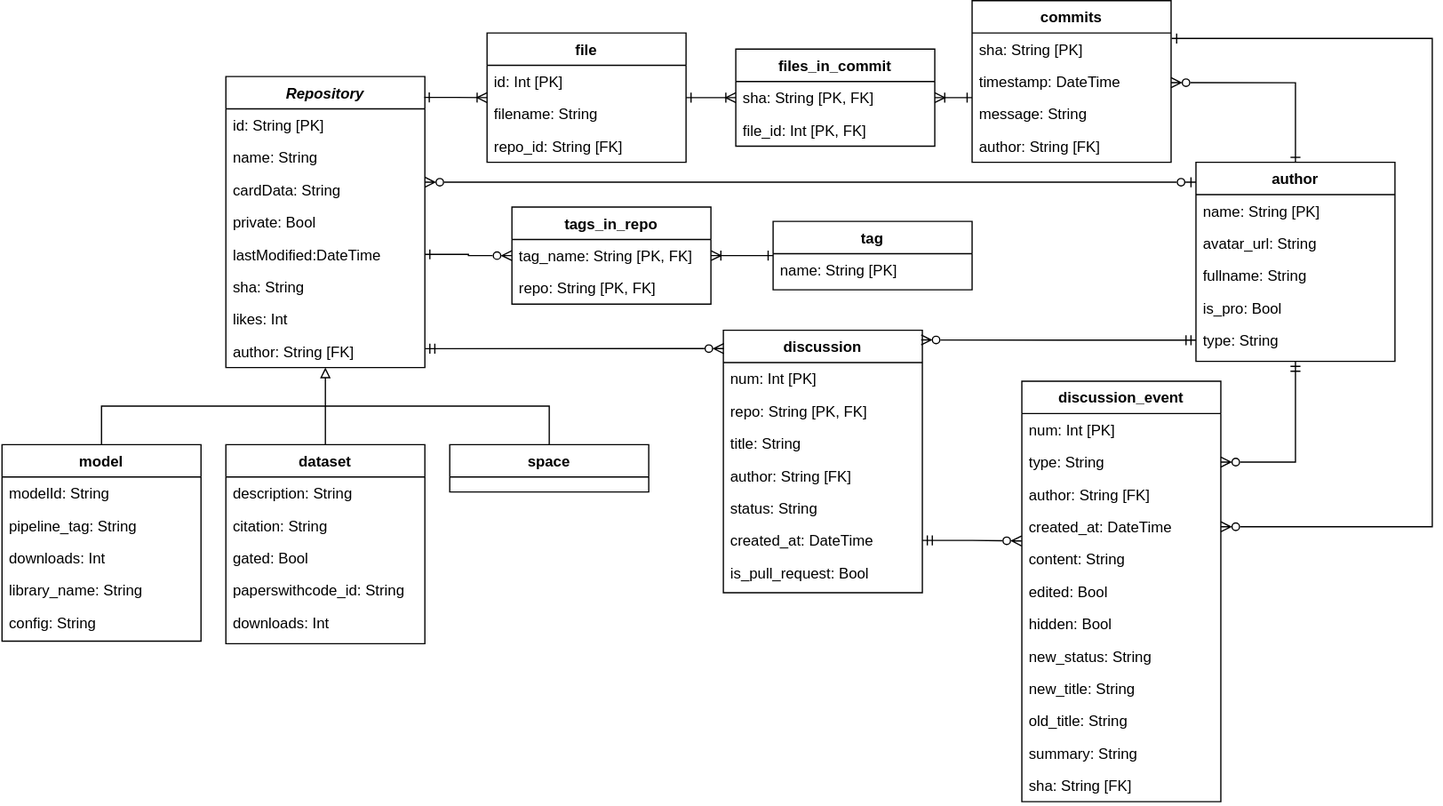
SOM-Research/HFCommunity keeps this draw.io diagram as resources/figs/databaseDiagram.svg. Above is the earlier version. Source tidied: cells renumbered, new cells last; positions are measured from the earlier drawing's top-left corner, leaving out a move shared by most shapes.
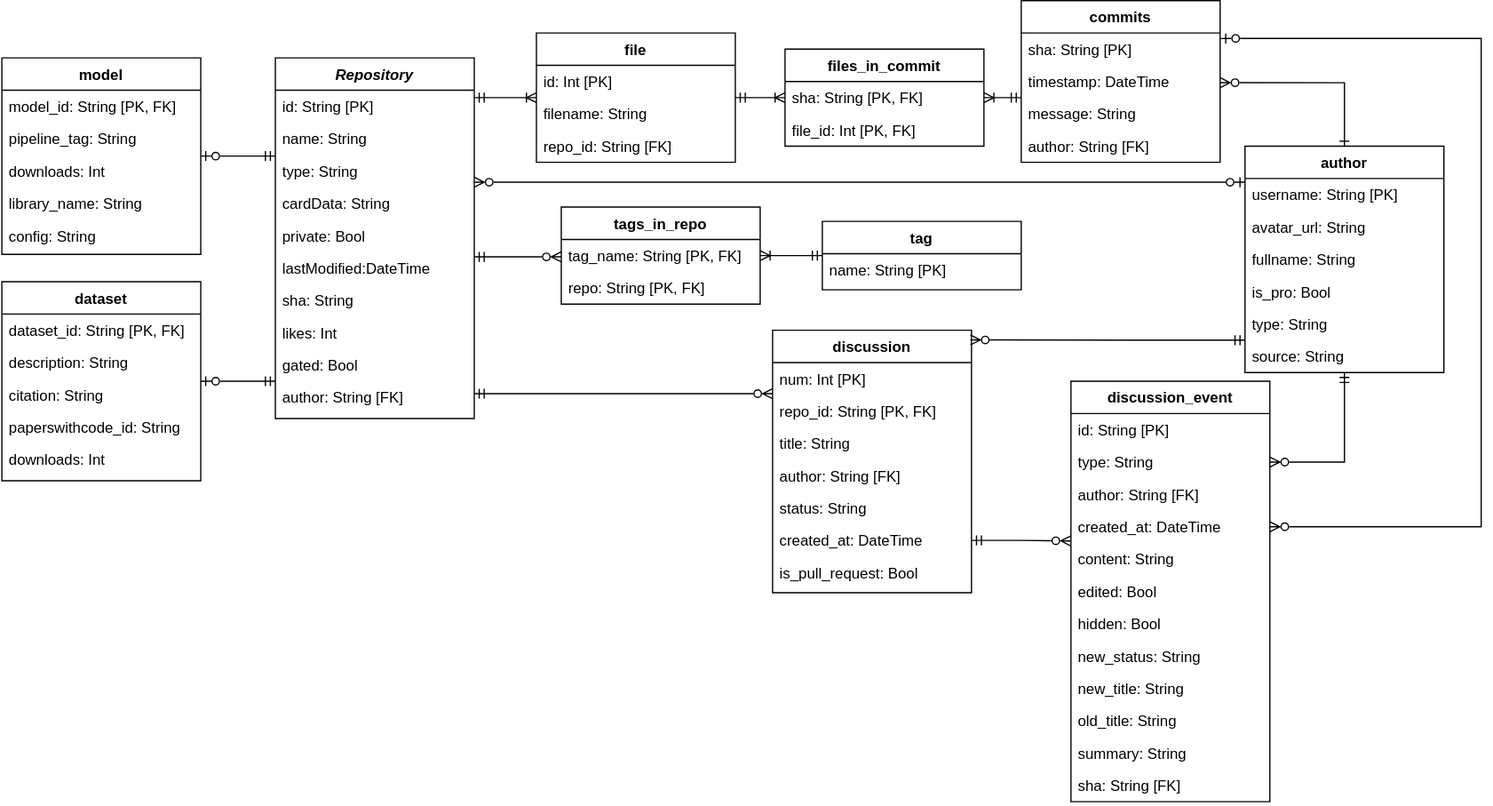
The same diagram one commit later.

The edit, as a diff of the source:
```diff
@@ -4,6 +4,14 @@
     <mxCell id="1" parent="0" />
+    <mxCell id="82" style="edgeStyle=orthogonalEdgeStyle;rounded=0;jettySize=auto;html=1;endArrow=ERmandOne;endFill=0;startArrow=ERzeroToOne;startFill=0;" parent="1" edge="1" source="2" target="34">
+      <mxGeometry relative="1" as="geometry">
+        <Array as="points">
+          <mxPoint x="160" y="125" />
+          <mxPoint x="160" y="125" />
+        </Array>
+      </mxGeometry>
+    </mxCell>
     <mxCell id="2" value="model" style="swimlane;fontStyle=1;align=center;verticalAlign=top;horizontal=1;startSize=26;rounded=0;shadow=0;strokeWidth=1;strokeColor=#000000;" parent="1" vertex="1">
-      <mxGeometry y="357" width="160" height="158" as="geometry" />
+      <mxGeometry x="-40" y="46" width="160" height="158" as="geometry" />
     </mxCell>
-    <mxCell id="3" value="modelId: String" style="text;align=left;verticalAlign=top;spacingLeft=4;spacingRight=4;overflow=hidden;strokeWidth=2;" parent="2" vertex="1">
+    <mxCell id="3" value="model_id: String [PK, FK]" style="text;align=left;verticalAlign=top;spacingLeft=4;spacingRight=4;overflow=hidden;strokeWidth=2;" parent="2" vertex="1">
       <mxGeometry y="26" width="160" height="26" as="geometry" />
@@ -22,17 +30,22 @@
     </mxCell>
-    <mxCell id="8" style="edgeStyle=orthogonalEdgeStyle;rounded=0;jumpStyle=arc;jumpSize=15;jettySize=auto;html=1;exitX=0.5;exitY=0;exitDx=0;exitDy=0;startArrow=none;startFill=0;endArrow=block;endFill=0;" parent="1" edge="1" source="9" target="34">
-      <mxGeometry relative="1" as="geometry" />
+    <mxCell id="8" style="edgeStyle=orthogonalEdgeStyle;rounded=0;jettySize=auto;html=1;endArrow=ERmandOne;endFill=0;startArrow=ERzeroToOne;startFill=0;" parent="1" edge="1" source="9" target="34">
+      <mxGeometry relative="1" as="geometry">
+        <Array as="points">
+          <mxPoint x="170" y="306" />
+          <mxPoint x="170" y="306" />
+        </Array>
+      </mxGeometry>
     </mxCell>
     <mxCell id="9" value="dataset" style="swimlane;fontStyle=1;align=center;verticalAlign=top;horizontal=1;startSize=26;rounded=0;shadow=0;strokeWidth=1;strokeColor=#000000;" parent="1" vertex="1">
-      <mxGeometry x="180" y="357" width="160" height="160" as="geometry" />
+      <mxGeometry x="-40" y="226" width="160" height="160" as="geometry" />
     </mxCell>
-    <mxCell id="10" value="description: String" style="text;align=left;verticalAlign=top;spacingLeft=4;spacingRight=4;overflow=hidden;strokeWidth=2;" parent="9" vertex="1">
+    <mxCell id="10" value="dataset_id: String [PK, FK]" style="text;align=left;verticalAlign=top;spacingLeft=4;spacingRight=4;overflow=hidden;strokeWidth=2;" parent="9" vertex="1">
       <mxGeometry y="26" width="160" height="26" as="geometry" />
     </mxCell>
+    <mxCell id="83" value="description: String" style="text;align=left;verticalAlign=top;spacingLeft=4;spacingRight=4;overflow=hidden;strokeWidth=2;" parent="9" vertex="1">
+      <mxGeometry y="52" width="160" height="26" as="geometry" />
+    </mxCell>
     <mxCell id="11" value="citation: String" style="text;align=left;verticalAlign=top;spacingLeft=4;spacingRight=4;overflow=hidden;strokeWidth=2;" parent="9" vertex="1">
-      <mxGeometry y="52" width="160" height="26" as="geometry" />
+      <mxGeometry y="78" width="160" height="26" as="geometry" />
     </mxCell>
-    <mxCell id="12" value="gated: Bool" style="text;align=left;verticalAlign=top;spacingLeft=4;spacingRight=4;overflow=hidden;strokeWidth=2;" parent="9" vertex="1">
-      <mxGeometry y="78" width="160" height="26" as="geometry" />
-    </mxCell>
     <mxCell id="13" value="paperswithcode_id: String" style="text;align=left;verticalAlign=top;spacingLeft=4;spacingRight=4;overflow=hidden;strokeWidth=2;" parent="9" vertex="1">
@@ -43,13 +56,2 @@
     </mxCell>
-    <mxCell id="15" style="edgeStyle=orthogonalEdgeStyle;rounded=0;jettySize=auto;html=1;exitX=0.5;exitY=0;exitDx=0;exitDy=0;startArrow=none;startFill=0;endArrow=none;endFill=0;entryX=0.5;entryY=0;entryDx=0;entryDy=0;" parent="1" edge="1" source="16" target="2">
-      <mxGeometry relative="1" as="geometry">
-        <Array as="points">
-          <mxPoint x="440" y="326" />
-          <mxPoint x="80" y="326" />
-        </Array>
-      </mxGeometry>
-    </mxCell>
-    <mxCell id="16" value="space" style="swimlane;fontStyle=1;align=center;verticalAlign=top;horizontal=1;startSize=26;rounded=0;shadow=0;strokeWidth=1;strokeColor=#000000;" parent="1" vertex="1">
-      <mxGeometry x="360" y="357" width="160" height="38" as="geometry" />
-    </mxCell>
     <mxCell id="17" value="tag" style="swimlane;fontStyle=1;align=center;verticalAlign=top;horizontal=1;startSize=26;rounded=0;shadow=0;strokeWidth=1;strokeColor=#000000;" parent="1" vertex="1">
@@ -66,3 +68,3 @@
     </mxCell>
-    <mxCell id="21" value="repo: String [PK, FK]" style="text;align=left;verticalAlign=top;spacingLeft=4;spacingRight=4;overflow=hidden;rounded=0;shadow=0;html=0;strokeWidth=2;" parent="19" vertex="1">
+    <mxCell id="21" value="repo_id: String [PK, FK]" style="text;align=left;verticalAlign=top;spacingLeft=4;spacingRight=4;overflow=hidden;rounded=0;shadow=0;html=0;strokeWidth=2;" parent="19" vertex="1">
       <mxGeometry y="52" width="160" height="26" as="geometry" />
@@ -85,5 +87,5 @@
     <mxCell id="27" value="author" style="swimlane;fontStyle=1;align=center;verticalAlign=top;horizontal=1;startSize=26;rounded=0;shadow=0;strokeWidth=1;strokeColor=#000000;" parent="1" vertex="1">
-      <mxGeometry x="960" y="130" width="160" height="160" as="geometry" />
+      <mxGeometry x="960" y="117" width="160" height="182" as="geometry" />
     </mxCell>
-    <mxCell id="28" value="name: String [PK]" style="text;align=left;verticalAlign=top;spacingLeft=4;spacingRight=4;overflow=hidden;rounded=0;shadow=0;html=0;strokeWidth=2;" parent="27" vertex="1">
+    <mxCell id="28" value="username: String [PK]" style="text;align=left;verticalAlign=top;spacingLeft=4;spacingRight=4;overflow=hidden;rounded=0;shadow=0;html=0;strokeWidth=2;" parent="27" vertex="1">
       <mxGeometry y="26" width="160" height="26" as="geometry" />
@@ -102,7 +104,11 @@
     </mxCell>
+    <mxCell id="84" value="source: String" style="text;align=left;verticalAlign=top;spacingLeft=4;spacingRight=4;overflow=hidden;rounded=0;shadow=0;html=0;strokeWidth=2;" parent="27" vertex="1">
+      <mxGeometry y="156" width="160" height="26" as="geometry" />
+    </mxCell>
-    <mxCell id="33" style="edgeStyle=orthogonalEdgeStyle;rounded=0;jettySize=auto;html=1;endArrow=ERzeroToOne;endFill=0;strokeColor=#000000;strokeWidth=1;startArrow=ERzeroToMany;startFill=0;exitX=1;exitY=0.269;exitDx=0;exitDy=0;exitPerimeter=0;" parent="1" edge="1" source="37" target="27">
+    <mxCell id="33" style="edgeStyle=orthogonalEdgeStyle;rounded=0;jettySize=auto;html=1;endArrow=ERzeroToOne;endFill=0;strokeColor=#000000;strokeWidth=1;startArrow=ERzeroToMany;startFill=0;exitX=1;exitY=0.846;exitDx=0;exitDy=0;exitPerimeter=0;" parent="1" edge="1" target="27">
       <mxGeometry relative="1" as="geometry">
+        <mxPoint x="340" y="146" as="sourcePoint" />
         <Array as="points">
-          <mxPoint x="830" y="146" />
-          <mxPoint x="830" y="146" />
+          <mxPoint x="810" y="146" />
+          <mxPoint x="810" y="146" />
         </Array>
@@ -111,3 +117,3 @@
     <mxCell id="34" value="Repository" style="swimlane;fontStyle=3;align=center;verticalAlign=top;horizontal=1;startSize=26;rounded=0;shadow=0;strokeWidth=1;strokeColor=#000000;" parent="1" vertex="1">
-      <mxGeometry x="180" y="61" width="160" height="234" as="geometry" />
+      <mxGeometry x="180" y="46" width="160" height="290" as="geometry" />
     </mxCell>
@@ -119,21 +125,27 @@
     </mxCell>
+    <mxCell id="85" value="type: String" style="text;align=left;verticalAlign=top;spacingLeft=4;spacingRight=4;overflow=hidden;rounded=0;shadow=0;html=0;strokeWidth=2;" parent="34" vertex="1">
+      <mxGeometry y="78" width="160" height="26" as="geometry" />
+    </mxCell>
     <mxCell id="37" value="cardData: String" style="text;align=left;verticalAlign=top;spacingLeft=4;spacingRight=4;overflow=hidden;points=[[0,0.5],[1,0.5]];portConstraint=eastwest;rounded=0;shadow=0;html=0;strokeWidth=2;" parent="34" vertex="1">
-      <mxGeometry y="78" width="160" height="26" as="geometry" />
+      <mxGeometry y="104" width="160" height="26" as="geometry" />
     </mxCell>
     <mxCell id="38" value="private: Bool" style="text;align=left;verticalAlign=top;spacingLeft=4;spacingRight=4;overflow=hidden;rounded=0;shadow=0;html=0;strokeWidth=2;" parent="34" vertex="1">
-      <mxGeometry y="104" width="160" height="26" as="geometry" />
+      <mxGeometry y="130" width="160" height="26" as="geometry" />
     </mxCell>
     <mxCell id="39" value="lastModified:DateTime" style="text;align=left;verticalAlign=top;spacingLeft=4;spacingRight=4;overflow=hidden;points=[[0,0.5],[1,0.5]];portConstraint=eastwest;rounded=0;shadow=0;html=0;strokeWidth=2;" parent="34" vertex="1">
-      <mxGeometry y="130" width="160" height="26" as="geometry" />
+      <mxGeometry y="156" width="160" height="26" as="geometry" />
     </mxCell>
     <mxCell id="40" value="sha: String" style="text;align=left;verticalAlign=top;spacingLeft=4;spacingRight=4;overflow=hidden;rounded=0;shadow=0;html=0;strokeWidth=2;" parent="34" vertex="1">
-      <mxGeometry y="156" width="160" height="26" as="geometry" />
+      <mxGeometry y="182" width="160" height="26" as="geometry" />
     </mxCell>
     <mxCell id="41" value="likes: Int" style="text;align=left;verticalAlign=top;spacingLeft=4;spacingRight=4;overflow=hidden;rounded=0;shadow=0;html=0;strokeWidth=2;" parent="34" vertex="1">
-      <mxGeometry y="182" width="160" height="26" as="geometry" />
+      <mxGeometry y="208" width="160" height="26" as="geometry" />
     </mxCell>
+    <mxCell id="12" value="gated: Bool" style="text;align=left;verticalAlign=top;spacingLeft=4;spacingRight=4;overflow=hidden;rounded=0;shadow=0;html=0;strokeWidth=2;" parent="34" vertex="1">
+      <mxGeometry y="234" width="160" height="26" as="geometry" />
+    </mxCell>
     <mxCell id="42" value="author: String [FK]" style="text;align=left;verticalAlign=top;spacingLeft=4;spacingRight=4;overflow=hidden;points=[[0,0.5],[1,0.5]];portConstraint=eastwest;rounded=0;shadow=0;html=0;strokeWidth=2;" parent="34" vertex="1">
-      <mxGeometry y="208" width="160" height="26" as="geometry" />
+      <mxGeometry y="260" width="160" height="26" as="geometry" />
     </mxCell>
-    <mxCell id="43" style="edgeStyle=orthogonalEdgeStyle;rounded=0;jettySize=auto;html=1;startArrow=ERone;startFill=0;endArrow=ERoneToMany;endFill=0;" parent="1" edge="1" source="44" target="56">
+    <mxCell id="43" style="edgeStyle=orthogonalEdgeStyle;rounded=0;jettySize=auto;html=1;startArrow=ERmandOne;startFill=0;endArrow=ERoneToMany;endFill=0;" parent="1" edge="1" source="44" target="56">
       <mxGeometry relative="1" as="geometry" />
@@ -152,7 +164,17 @@
     </mxCell>
-    <mxCell id="48" style="edgeStyle=orthogonalEdgeStyle;rounded=0;jettySize=auto;html=1;exitX=0.002;exitY=0.07;exitDx=0;exitDy=0;endArrow=ERmandOne;endFill=0;strokeColor=#000000;strokeWidth=1;startArrow=ERzeroToMany;startFill=0;exitPerimeter=0;entryX=1;entryY=0.416;entryDx=0;entryDy=0;entryPerimeter=0;" parent="1" edge="1" source="19" target="42">
-      <mxGeometry relative="1" as="geometry" />
+    <mxCell id="48" style="edgeStyle=orthogonalEdgeStyle;rounded=0;jettySize=auto;html=1;endArrow=ERmandOne;endFill=0;strokeColor=#000000;strokeWidth=1;startArrow=ERzeroToMany;startFill=0;" parent="1" edge="1" source="19" target="34">
+      <mxGeometry relative="1" as="geometry">
+        <Array as="points">
+          <mxPoint x="520" y="316" />
+          <mxPoint x="520" y="316" />
+        </Array>
+      </mxGeometry>
     </mxCell>
-    <mxCell id="49" style="edgeStyle=orthogonalEdgeStyle;rounded=0;jettySize=auto;html=1;endArrow=ERoneToMany;endFill=0;startArrow=ERone;startFill=0;exitX=0.997;exitY=0.072;exitDx=0;exitDy=0;exitPerimeter=0;" parent="1" edge="1" source="34" target="44">
-      <mxGeometry relative="1" as="geometry" />
+    <mxCell id="49" style="edgeStyle=orthogonalEdgeStyle;rounded=0;jettySize=auto;html=1;endArrow=ERoneToMany;endFill=0;startArrow=ERmandOne;startFill=0;" parent="1" edge="1" source="34" target="44">
+      <mxGeometry relative="1" as="geometry">
+        <Array as="points">
+          <mxPoint x="350" y="78" />
+          <mxPoint x="350" y="78" />
+        </Array>
+      </mxGeometry>
     </mxCell>
@@ -167,9 +189,14 @@
     </mxCell>
-    <mxCell id="53" style="edgeStyle=orthogonalEdgeStyle;rounded=0;jettySize=auto;html=1;exitX=1;exitY=0.5;exitDx=0;exitDy=0;entryX=0;entryY=0.5;entryDx=0;entryDy=0;endArrow=ERzeroToMany;endFill=0;startArrow=ERone;startFill=0;" parent="1" edge="1" source="39" target="51">
-      <mxGeometry relative="1" as="geometry" />
+    <mxCell id="53" style="edgeStyle=orthogonalEdgeStyle;rounded=0;jettySize=auto;html=1;endArrow=ERzeroToMany;endFill=0;startArrow=ERmandOne;startFill=0;" parent="1" edge="1" source="34" target="50">
+      <mxGeometry relative="1" as="geometry">
+        <Array as="points">
+          <mxPoint x="390" y="206" />
+          <mxPoint x="390" y="206" />
+        </Array>
+      </mxGeometry>
     </mxCell>
-    <mxCell id="54" style="edgeStyle=orthogonalEdgeStyle;rounded=0;jettySize=auto;html=1;exitX=1;exitY=0.5;exitDx=0;exitDy=0;endArrow=ERone;endFill=0;startArrow=ERoneToMany;startFill=0;" parent="1" edge="1" source="51" target="17">
+    <mxCell id="54" style="edgeStyle=orthogonalEdgeStyle;rounded=0;jettySize=auto;html=1;exitX=1;exitY=0.5;exitDx=0;exitDy=0;endArrow=ERmandOne;endFill=0;startArrow=ERoneToMany;startFill=0;" parent="1" edge="1" source="51" target="17">
       <mxGeometry relative="1" as="geometry" />
     </mxCell>
-    <mxCell id="55" style="edgeStyle=orthogonalEdgeStyle;rounded=0;jettySize=auto;html=1;startArrow=ERoneToMany;startFill=0;endArrow=ERone;endFill=0;exitX=1;exitY=0.5;exitDx=0;exitDy=0;" parent="1" edge="1" source="57">
+    <mxCell id="55" style="edgeStyle=orthogonalEdgeStyle;rounded=0;jettySize=auto;html=1;startArrow=ERoneToMany;startFill=0;endArrow=ERmandOne;endFill=0;exitX=1;exitY=0.5;exitDx=0;exitDy=0;" parent="1" edge="1" source="57">
       <mxGeometry relative="1" as="geometry">
@@ -212,3 +239,3 @@
     </mxCell>
-    <mxCell id="66" value="num: Int [PK]" style="text;align=left;verticalAlign=top;spacingLeft=4;spacingRight=4;overflow=hidden;strokeWidth=2;" parent="65" vertex="1">
+    <mxCell id="66" value="id: String [PK]" style="text;align=left;verticalAlign=top;spacingLeft=4;spacingRight=4;overflow=hidden;strokeWidth=2;" parent="65" vertex="1">
       <mxGeometry y="26" width="160" height="26" as="geometry" />
@@ -248,4 +275,9 @@
     </mxCell>
-    <mxCell id="78" style="edgeStyle=orthogonalEdgeStyle;rounded=0;jettySize=auto;html=1;exitX=0;exitY=0.5;exitDx=0;exitDy=0;entryX=0.994;entryY=0.037;entryDx=0;entryDy=0;entryPerimeter=0;startArrow=ERmandOne;startFill=0;endArrow=ERzeroToMany;endFill=0;" parent="1" edge="1" source="32" target="19">
-      <mxGeometry relative="1" as="geometry" />
+    <mxCell id="78" style="edgeStyle=orthogonalEdgeStyle;rounded=0;jettySize=auto;html=1;entryX=0.994;entryY=0.037;entryDx=0;entryDy=0;entryPerimeter=0;startArrow=ERmandOne;startFill=0;endArrow=ERzeroToMany;endFill=0;" parent="1" edge="1" source="27" target="19">
+      <mxGeometry relative="1" as="geometry">
+        <Array as="points">
+          <mxPoint x="920" y="273" />
+          <mxPoint x="920" y="273" />
+        </Array>
+      </mxGeometry>
     </mxCell>
@@ -254,3 +286,3 @@
     </mxCell>
-    <mxCell id="80" style="edgeStyle=orthogonalEdgeStyle;rounded=0;jettySize=auto;html=1;exitX=1;exitY=0.5;exitDx=0;exitDy=0;entryX=1.003;entryY=0.171;entryDx=0;entryDy=0;entryPerimeter=0;startArrow=ERzeroToMany;startFill=0;endArrow=ERone;endFill=0;" parent="1" edge="1" source="69" target="61">
+    <mxCell id="80" style="edgeStyle=orthogonalEdgeStyle;rounded=0;jettySize=auto;html=1;exitX=1;exitY=0.5;exitDx=0;exitDy=0;entryX=1.003;entryY=0.171;entryDx=0;entryDy=0;entryPerimeter=0;startArrow=ERzeroToMany;startFill=0;endArrow=ERzeroToOne;endFill=0;" parent="1" edge="1" source="69" target="61">
       <mxGeometry relative="1" as="geometry">
```
